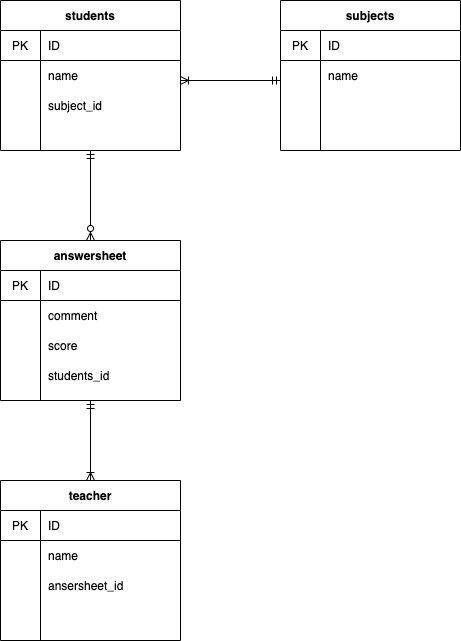
Before: index.drawio.png, a diagram exported from draw.io (haruhai/ertest). Source tidied: cells renumbered, new cells last; positions are measured from the earlier drawing's top-left corner, leaving out a move shared by most shapes.
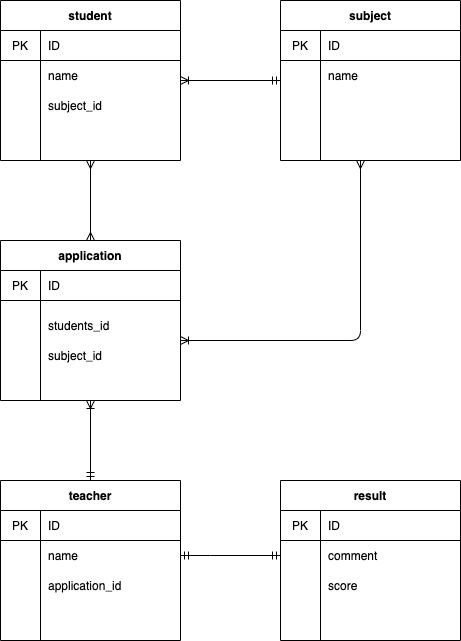
The same file after the commit.

The edit, as a diff of the source:
```diff
@@ -2,11 +2,44 @@
   <root>
     <mxCell id="0" />
     <mxCell id="1" parent="0" />
-    <mxCell id="2" style="edgeStyle=orthogonalEdgeStyle;rounded=0;jettySize=auto;html=1;exitX=0.5;exitY=1;exitDx=0;exitDy=0;startArrow=ERmandOne;startFill=0;endArrow=ERzeroToMany;endFill=1;entryX=0.5;entryY=0;entryDx=0;entryDy=0;" parent="1" edge="1" source="3" target="34">
-      <mxGeometry relative="1" as="geometry" />
-    </mxCell>
+    <mxCell id="46" style="edgeStyle=orthogonalEdgeStyle;rounded=0;jettySize=auto;html=1;exitX=0.5;exitY=1;exitDx=0;exitDy=0;startArrow=ERoneToMany;startFill=0;endArrow=ERmandOne;endFill=0;entryX=0.5;entryY=0;entryDx=0;entryDy=0;" parent="1" edge="1" source="47" target="13">
+      <mxGeometry relative="1" as="geometry" />
+    </mxCell>
+    <mxCell id="47" value="application" style="shape=table;startSize=30;rowLines=0;fontStyle=1;align=center;" parent="1" vertex="1">
+      <mxGeometry y="240" width="180" height="160" as="geometry" />
+    </mxCell>
+    <mxCell id="48" style="shape=partialRectangle;html=1;whiteSpace=wrap;fillColor=none;top=0;left=0;bottom=1;right=0;" parent="47" vertex="1">
+      <mxGeometry y="30" width="180" height="30" as="geometry" />
+    </mxCell>
+    <mxCell id="49" value="PK" style="shape=partialRectangle;html=1;whiteSpace=wrap;fillColor=none;top=0;left=0;bottom=0;right=0;overflow=hidden;" parent="48" vertex="1">
+      <mxGeometry width="40" height="30" as="geometry" />
+    </mxCell>
+    <mxCell id="50" value="ID" style="shape=partialRectangle;html=1;whiteSpace=wrap;fillColor=none;top=0;left=0;bottom=0;right=0;align=left;spacingLeft=6;overflow=hidden;" parent="48" vertex="1">
+      <mxGeometry x="40" width="140" height="30" as="geometry" />
+    </mxCell>
+    <mxCell id="51" style="shape=partialRectangle;html=1;whiteSpace=wrap;fillColor=none;top=0;left=0;bottom=0;right=0;" parent="47" vertex="1">
+      <mxGeometry y="60" width="180" height="30" as="geometry" />
+    </mxCell>
+    <mxCell id="52" style="shape=partialRectangle;html=1;whiteSpace=wrap;fillColor=none;top=0;left=0;bottom=0;right=0;overflow=hidden;" parent="51" vertex="1">
+      <mxGeometry width="40" height="30" as="geometry" />
+    </mxCell>
+    <mxCell id="53" style="shape=partialRectangle;html=1;whiteSpace=wrap;fillColor=none;top=0;left=0;bottom=0;right=0;align=left;spacingLeft=6;overflow=hidden;" parent="51" vertex="1">
+      <mxGeometry x="40" width="140" height="30" as="geometry" />
+    </mxCell>
+    <mxCell id="54" style="shape=partialRectangle;html=1;whiteSpace=wrap;fillColor=none;top=0;left=0;bottom=0;right=0;" parent="47" vertex="1">
+      <mxGeometry y="90" width="180" height="30" as="geometry" />
+    </mxCell>
+    <mxCell id="55" style="shape=partialRectangle;html=1;whiteSpace=wrap;fillColor=none;top=0;left=0;bottom=0;right=0;overflow=hidden;" parent="54" vertex="1">
+      <mxGeometry width="40" height="30" as="geometry" />
+    </mxCell>
+    <mxCell id="56" style="shape=partialRectangle;html=1;whiteSpace=wrap;fillColor=none;top=0;left=0;bottom=0;right=0;align=left;spacingLeft=6;overflow=hidden;" parent="54" vertex="1">
+      <mxGeometry x="40" width="140" height="30" as="geometry" />
+    </mxCell>
+    <mxCell id="57" style="edgeStyle=orthogonalEdgeStyle;rounded=0;jettySize=auto;html=1;exitX=0.5;exitY=1;exitDx=0;exitDy=0;entryX=0.5;entryY=0;entryDx=0;entryDy=0;endArrow=ERmany;endFill=0;startArrow=ERmany;startFill=0;" parent="1" edge="1" source="3" target="47">
+      <mxGeometry relative="1" as="geometry" />
+    </mxCell>
-    <mxCell id="3" value="students" style="shape=table;startSize=30;rowLines=0;fontStyle=1;align=center;" parent="1" vertex="1">
-      <mxGeometry width="180" height="150" as="geometry" />
+    <mxCell id="3" value="student" style="shape=table;startSize=30;rowLines=0;fontStyle=1;align=center;" parent="1" vertex="1">
+      <mxGeometry width="180" height="160" as="geometry" />
     </mxCell>
     <mxCell id="4" style="shape=partialRectangle;html=1;whiteSpace=wrap;fillColor=none;top=0;left=0;bottom=1;right=0;" parent="3" vertex="1">
       <mxGeometry y="30" width="180" height="30" as="geometry" />
@@ -62,11 +95,11 @@
     <mxCell id="21" style="shape=partialRectangle;html=1;whiteSpace=wrap;fillColor=none;top=0;left=0;bottom=0;right=0;overflow=hidden;" parent="20" vertex="1">
       <mxGeometry width="40" height="30" as="geometry" />
     </mxCell>
-    <mxCell id="22" value="ansersheet_id" style="shape=partialRectangle;html=1;whiteSpace=wrap;fillColor=none;top=0;left=0;bottom=0;right=0;align=left;spacingLeft=6;overflow=hidden;" parent="20" vertex="1">
+    <mxCell id="22" value="application_id" style="shape=partialRectangle;html=1;whiteSpace=wrap;fillColor=none;top=0;left=0;bottom=0;right=0;align=left;spacingLeft=6;overflow=hidden;" parent="20" vertex="1">
       <mxGeometry x="40" width="140" height="30" as="geometry" />
     </mxCell>
-    <mxCell id="23" value="subjects" style="shape=table;startSize=30;rowLines=0;fontStyle=1;align=center;" parent="1" vertex="1">
-      <mxGeometry x="280" width="180" height="150" as="geometry" />
+    <mxCell id="23" value="subject" style="shape=table;startSize=30;rowLines=0;fontStyle=1;align=center;" parent="1" vertex="1">
+      <mxGeometry x="280" width="180" height="160" as="geometry" />
     </mxCell>
     <mxCell id="24" style="shape=partialRectangle;html=1;whiteSpace=wrap;fillColor=none;top=0;left=0;bottom=1;right=0;" parent="23" vertex="1">
       <mxGeometry y="30" width="180" height="30" as="geometry" />
@@ -95,11 +128,8 @@
     <mxCell id="32" style="shape=partialRectangle;html=1;whiteSpace=wrap;fillColor=none;top=0;left=0;bottom=0;right=0;align=left;spacingLeft=6;overflow=hidden;" parent="30" vertex="1">
       <mxGeometry x="40" width="140" height="30" as="geometry" />
     </mxCell>
-    <mxCell id="33" style="edgeStyle=orthogonalEdgeStyle;rounded=0;jettySize=auto;html=1;exitX=0.5;exitY=1;exitDx=0;exitDy=0;entryX=0.5;entryY=0;entryDx=0;entryDy=0;startArrow=ERmandOne;startFill=0;endArrow=ERoneToMany;endFill=0;" parent="1" edge="1" source="34" target="13">
-      <mxGeometry relative="1" as="geometry" />
-    </mxCell>
-    <mxCell id="34" value="answersheet" style="shape=table;startSize=30;rowLines=0;fontStyle=1;align=center;" parent="1" vertex="1">
-      <mxGeometry y="240" width="180" height="160" as="geometry" />
+    <mxCell id="34" value="result" style="shape=table;startSize=30;rowLines=0;fontStyle=1;align=center;" parent="1" vertex="1">
+      <mxGeometry x="280" y="480" width="180" height="160" as="geometry" />
     </mxCell>
     <mxCell id="35" style="shape=partialRectangle;html=1;whiteSpace=wrap;fillColor=none;top=0;left=0;bottom=1;right=0;" parent="34" vertex="1">
       <mxGeometry y="30" width="180" height="30" as="geometry" />
@@ -139,7 +169,24 @@
       </mxGeometry>
     </mxCell>
     <mxCell id="45" value="students_id" style="shape=partialRectangle;html=1;whiteSpace=wrap;fillColor=none;top=0;left=0;bottom=0;right=0;align=left;spacingLeft=6;overflow=hidden;" parent="1" vertex="1">
-      <mxGeometry x="40" y="360" width="140" height="30" as="geometry" />
+      <mxGeometry x="40" y="310" width="140" height="30" as="geometry" />
     </mxCell>
+    <mxCell id="58" style="edgeStyle=orthogonalEdgeStyle;rounded=0;jettySize=auto;html=1;exitX=1;exitY=0.5;exitDx=0;exitDy=0;entryX=0;entryY=0.5;entryDx=0;entryDy=0;endArrow=ERmandOne;endFill=0;startArrow=ERmandOne;startFill=0;" parent="1" edge="1" source="17" target="38">
+      <mxGeometry relative="1" as="geometry">
+        <Array as="points">
+          <mxPoint x="210" y="555" />
+          <mxPoint x="210" y="555" />
+        </Array>
+      </mxGeometry>
+    </mxCell>
+    <mxCell id="59" value="subject_id" style="shape=partialRectangle;html=1;whiteSpace=wrap;fillColor=none;top=0;left=0;bottom=0;right=0;align=left;spacingLeft=6;overflow=hidden;" parent="1" vertex="1">
+      <mxGeometry x="40" y="340" width="140" height="30" as="geometry" />
+    </mxCell>
+    <mxCell id="60" style="edgeStyle=segmentEdgeStyle;endArrow=ERmany;html=1;endFill=0;startArrow=ERoneToMany;startFill=0;" parent="1" edge="1">
+      <mxGeometry relative="1" as="geometry">
+        <mxPoint x="180" y="340" as="sourcePoint" />
+        <mxPoint x="360" y="160" as="targetPoint" />
+      </mxGeometry>
+    </mxCell>
   </root>
 </mxGraphModel>
```
